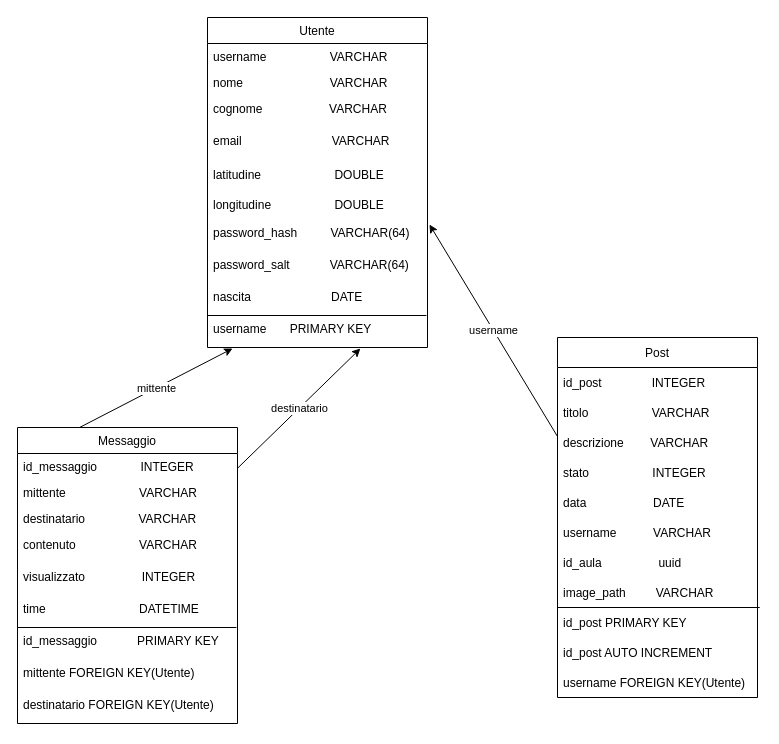
Above: schema.drawio in Zanotto-Enrico/fitemsAPI (draw.io), before the change. Source tidied: cells renumbered, new cells numbered last; positions are measured from the earlier drawing's top-left corner, leaving out a move shared by most shapes. Both pictures are drawn from the tidied source at 100%, with x=0, y=0 at pixel (17, 17).
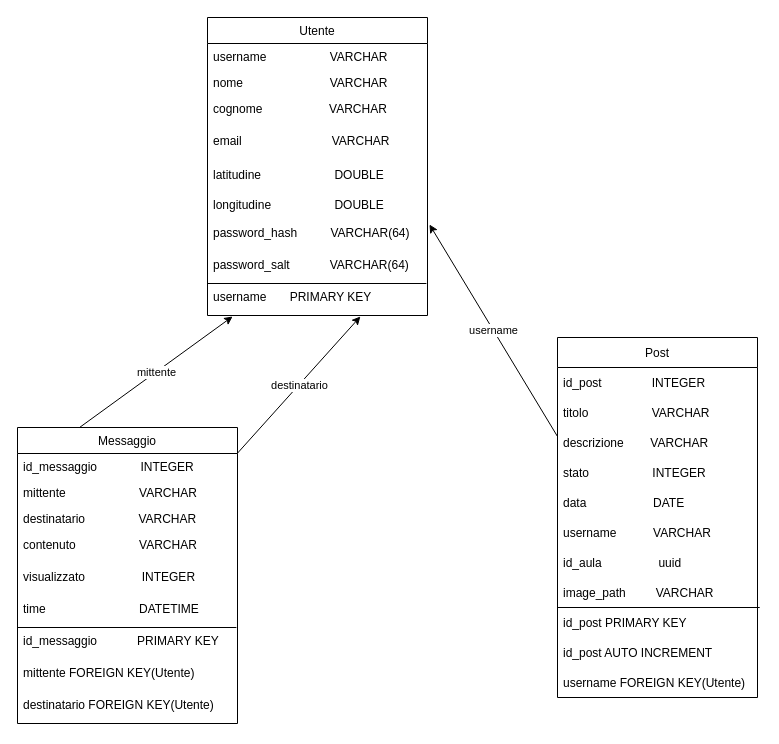
The same diagram, later.

Commit message (it also covers changes not shown here):
removed nascita from user data

Diff of the diagram source:
```diff
@@
     <mxCell id="15" value="Utente" style="swimlane;fontStyle=0;horizontal=1;startSize=26;fillColor=none;" parent="1" vertex="1">
-      <mxGeometry x="190" width="220" height="330" as="geometry" />
+      <mxGeometry x="190" width="220" height="298" as="geometry" />
     </mxCell>
@@
-    <mxCell id="24" value="nascita                        DATE" style="text;strokeColor=none;fillColor=none;align=left;verticalAlign=top;spacingLeft=4;spacingRight=4;overflow=hidden;" parent="15" vertex="1">
-      <mxGeometry y="266" width="220" height="32" as="geometry" />
-    </mxCell>
@@
     <mxCell id="26" value="username       PRIMARY KEY" style="text;strokeColor=none;fillColor=none;align=left;verticalAlign=top;spacingLeft=4;spacingRight=4;overflow=hidden;points=[[0,0.5],[1,0.5]];portConstraint=eastwest;" parent="15" vertex="1">
-      <mxGeometry y="298" width="220" height="32" as="geometry" />
+      <mxGeometry y="266" width="220" height="32" as="geometry" />
     </mxCell>
```
